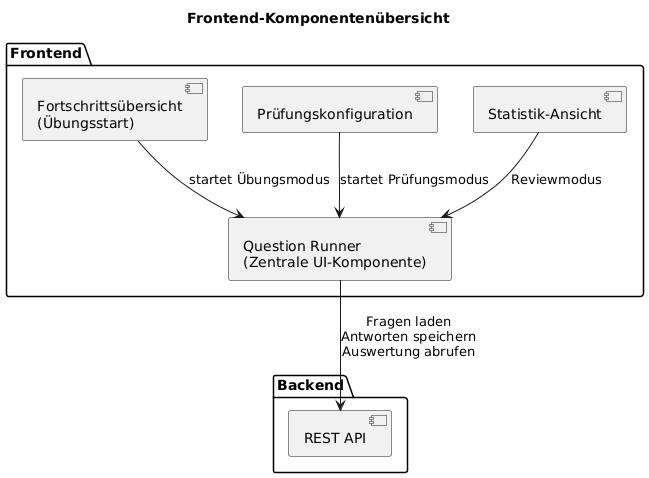
This is sections/chapters/03-umsetzung/images/component-diagramme-frontend.png from LearnHubDipl/thesis-matura-trainer, a PlantUML export, as it was before one commit.
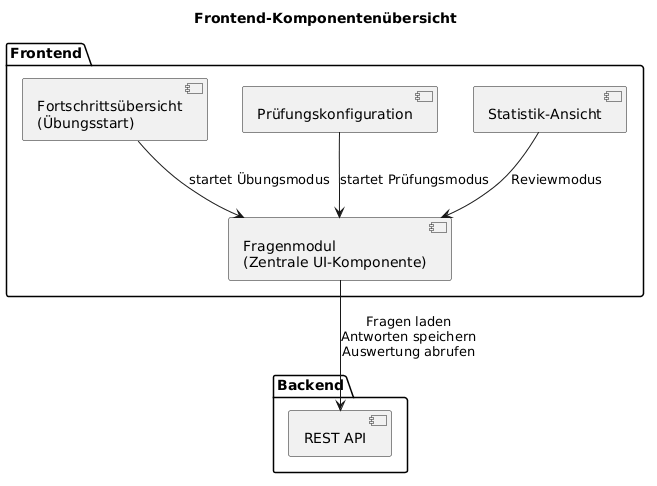
The same file after the commit.

The edit, as a diff of the source:
```diff
@@ -5,7 +5,7 @@
   component "Fortschrittsübersicht\n(Übungsstart)" as ProgressView
   component "Prüfungskonfiguration" as ExamConfig
   component "Statistik-Ansicht" as ReviewView
-  component "Question Runner\n(Zentrale UI-Komponente)" as QuestionRunner
+  component "Fragenmodul\n(Zentrale UI-Komponente)" as QuestionRunner
 }
 
 package "Backend" {
```
